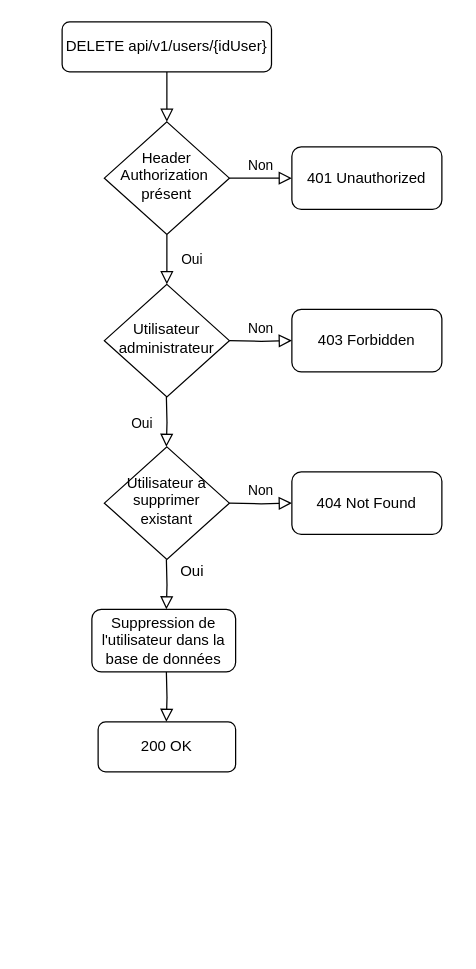
This is documentation/diagram/drawio/flowchartDeleteOneUser.drawio from jonathanboreljaquet/bj-travail-diplome-2021, a draw.io file, before an edit. Source tidied: cells renumbered, new cells numbered last; positions are measured from the earlier drawing's top-left corner, leaving out a move shared by most shapes. Both pictures are drawn from the tidied source at 125%, with x=0, y=0 at pixel (61, 21).
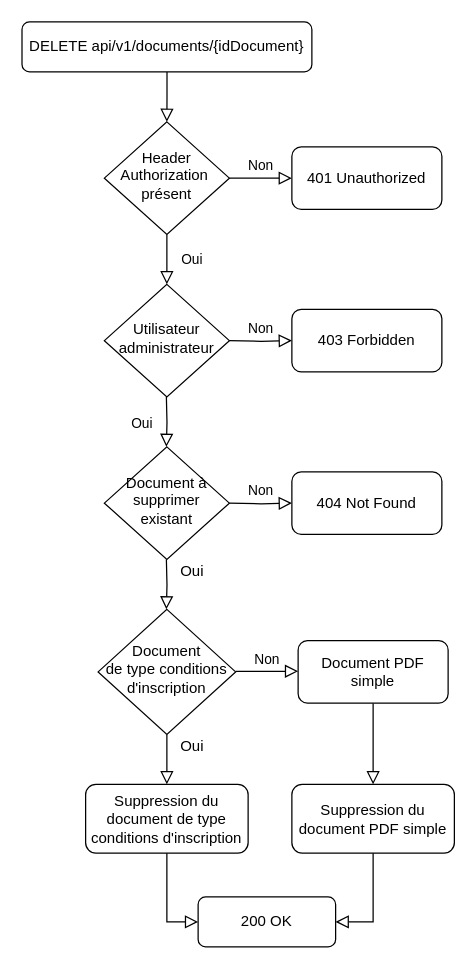
After the change.

The edit, as a diff of the source:
```diff
@@
-    <mxCell id="3" value="DELETE api/v1/users/{idUser}" style="rounded=1;whiteSpace=wrap;html=1;fontSize=12;glass=0;strokeWidth=1;shadow=0;" parent="1" vertex="1">
-      <mxGeometry x="0.2" width="167.5" height="40" as="geometry" />
+    <mxCell id="3" value="DELETE api/v1/documents/{idDocument}" style="rounded=1;whiteSpace=wrap;html=1;fontSize=12;glass=0;strokeWidth=1;shadow=0;" parent="1" vertex="1">
+      <mxGeometry x="-31.9" width="231.9" height="40" as="geometry" />
     </mxCell>
@@
     <mxCell id="10" value="200 OK" style="rounded=1;whiteSpace=wrap;html=1;fontSize=12;glass=0;strokeWidth=1;shadow=0;" parent="1" vertex="1">
-      <mxGeometry x="29" y="560" width="110" height="40" as="geometry" />
+      <mxGeometry x="109" y="700" width="110" height="40" as="geometry" />
     </mxCell>
@@
-    <mxCell id="13" value="Utilisateur à supprimer&lt;br&gt;existant" style="rhombus;whiteSpace=wrap;html=1;shadow=0;fontFamily=Helvetica;fontSize=12;align=center;strokeWidth=1;spacing=6;spacingTop=-4;" parent="1" vertex="1">
+    <mxCell id="13" value="Document à supprimer&lt;br&gt;existant" style="rhombus;whiteSpace=wrap;html=1;shadow=0;fontFamily=Helvetica;fontSize=12;align=center;strokeWidth=1;spacing=6;spacingTop=-4;" parent="1" vertex="1">
       <mxGeometry x="34" y="340" width="100" height="90" as="geometry" />
     </mxCell>
@@
-    <mxCell id="16" style="rounded=0;html=1;jettySize=auto;orthogonalLoop=1;fontSize=11;endArrow=block;endFill=0;endSize=8;strokeWidth=1;shadow=0;labelBackgroundColor=none;edgeStyle=orthogonalEdgeStyle;" parent="1" edge="1">
-      <mxGeometry x="1" y="130" relative="1" as="geometry">
-        <mxPoint x="83.6" y="520" as="sourcePoint" />
-        <mxPoint x="83.6" y="560" as="targetPoint" />
-      </mxGeometry>
-    </mxCell>
-    <mxCell id="17" value="Suppression de l'utilisateur dans la base de données" style="rounded=1;whiteSpace=wrap;html=1;fontSize=12;glass=0;strokeWidth=1;shadow=0;" parent="1" vertex="1">
-      <mxGeometry x="24" y="470" width="115" height="50" as="geometry" />
-    </mxCell>
@@
+    <mxCell id="20" value="Document &lt;br&gt;de type conditions d'inscription" style="rhombus;whiteSpace=wrap;html=1;shadow=0;fontFamily=Helvetica;fontSize=12;align=center;strokeWidth=1;spacing=6;spacingTop=-4;" parent="1" vertex="1">
+      <mxGeometry x="29" y="470" width="110" height="100" as="geometry" />
+    </mxCell>
+    <mxCell id="21" value="Suppression du document de type conditions d'inscription" style="rounded=1;whiteSpace=wrap;html=1;fontSize=12;glass=0;strokeWidth=1;shadow=0;" parent="1" vertex="1">
+      <mxGeometry x="19" y="610" width="130" height="55" as="geometry" />
+    </mxCell>
+    <mxCell id="22" style="rounded=0;html=1;jettySize=auto;fontSize=11;endArrow=block;endFill=0;endSize=8;strokeWidth=1;shadow=0;labelBackgroundColor=none;edgeStyle=orthogonalEdgeStyle;exitX=0.5;exitY=1;exitDx=0;exitDy=0;entryX=0.5;entryY=0;entryDx=0;entryDy=0;" parent="1" edge="1" source="20" target="21">
+      <mxGeometry x="1" y="130" relative="1" as="geometry" />
+    </mxCell>
+    <mxCell id="23" value="Non" style="edgeStyle=orthogonalEdgeStyle;rounded=0;html=1;jettySize=auto;orthogonalLoop=1;fontSize=11;endArrow=block;endFill=0;endSize=8;strokeWidth=1;shadow=0;labelBackgroundColor=none;" parent="1" edge="1">
+      <mxGeometry y="10" relative="1" as="geometry">
+        <mxPoint x="139" y="519.5" as="sourcePoint" />
+        <mxPoint x="189" y="519.5" as="targetPoint" />
+      </mxGeometry>
+    </mxCell>
+    <mxCell id="24" value="Oui" style="text;html=1;align=center;verticalAlign=middle;strokeColor=none;" parent="1" vertex="1">
+      <mxGeometry x="89" y="570" width="30" height="20" as="geometry" />
+    </mxCell>
+    <mxCell id="25" style="rounded=0;html=1;jettySize=auto;fontSize=11;endArrow=block;endFill=0;endSize=8;strokeWidth=1;shadow=0;labelBackgroundColor=none;edgeStyle=orthogonalEdgeStyle;entryX=0.5;entryY=0;entryDx=0;entryDy=0;exitX=0.5;exitY=1;exitDx=0;exitDy=0;" parent="1" edge="1" source="29" target="26">
+      <mxGeometry x="1" y="130" relative="1" as="geometry" />
+    </mxCell>
+    <mxCell id="26" value="Suppression du document PDF simple" style="rounded=1;whiteSpace=wrap;html=1;fontSize=12;glass=0;strokeWidth=1;shadow=0;" parent="1" vertex="1">
+      <mxGeometry x="184" y="610" width="130" height="55" as="geometry" />
+    </mxCell>
+    <mxCell id="27" style="rounded=0;html=1;jettySize=auto;fontSize=11;endArrow=block;endFill=0;endSize=8;strokeWidth=1;shadow=0;labelBackgroundColor=none;edgeStyle=orthogonalEdgeStyle;exitX=0.5;exitY=1;exitDx=0;exitDy=0;entryX=1;entryY=0.5;entryDx=0;entryDy=0;" parent="1" edge="1" source="26" target="10">
+      <mxGeometry x="1" y="130" relative="1" as="geometry">
+        <Array as="points">
+          <mxPoint x="249" y="720" />
+        </Array>
+      </mxGeometry>
+    </mxCell>
+    <mxCell id="28" style="rounded=0;html=1;jettySize=auto;fontSize=11;endArrow=block;endFill=0;endSize=8;strokeWidth=1;shadow=0;labelBackgroundColor=none;edgeStyle=orthogonalEdgeStyle;exitX=0.5;exitY=1;exitDx=0;exitDy=0;entryX=0;entryY=0.5;entryDx=0;entryDy=0;" parent="1" edge="1" source="21" target="10">
+      <mxGeometry x="1" y="130" relative="1" as="geometry">
+        <Array as="points">
+          <mxPoint x="84" y="720" />
+        </Array>
+      </mxGeometry>
+    </mxCell>
+    <mxCell id="29" value="Document PDF simple" style="rounded=1;whiteSpace=wrap;html=1;fontSize=12;glass=0;strokeWidth=1;shadow=0;" parent="1" vertex="1">
+      <mxGeometry x="189" y="495" width="120" height="50" as="geometry" />
+    </mxCell>
```
